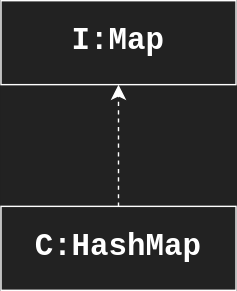
Before: drawio/MapInterface.svg, a diagram exported from draw.io (Stolorzs/Picgo). Source tidied: cells renumbered, new cells last; positions are measured from the earlier drawing's top-left corner, leaving out a move shared by most shapes.
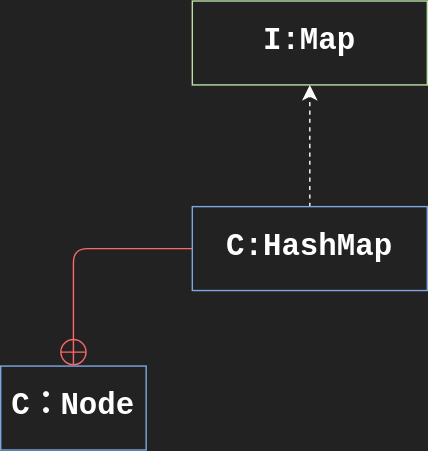
Later version of the same file.

Change to the diagram source:
```diff
@@ -5,11 +5,17 @@
     <mxCell id="2" style="edgeStyle=none;curved=1;rounded=0;jettySize=auto;html=1;fontSize=12;startSize=8;endSize=8;strokeColor=#FFFFFF;dashed=1;" parent="1" edge="1" source="3" target="4">
       <mxGeometry relative="1" as="geometry" />
     </mxCell>
+    <mxCell id="5" style="edgeStyle=orthogonalEdgeStyle;rounded=1;jettySize=auto;html=1;fontSize=12;startSize=8;endSize=8;strokeColor=#FF6666;endArrow=circlePlus;endFill=0;" parent="1" edge="1" source="3" target="6">
+      <mxGeometry relative="1" as="geometry" />
+    </mxCell>
-    <mxCell id="3" value="&lt;font color=&quot;#ffffff&quot; style=&quot;font-size: 22px;&quot; face=&quot;Courier New&quot;&gt;&lt;b&gt;C:HashMap&lt;/b&gt;&lt;/font&gt;" style="whiteSpace=wrap;html=1;fillColor=none;strokeColor=#FFFFFF;" parent="1" vertex="1">
+    <mxCell id="3" value="&lt;font color=&quot;#ffffff&quot; style=&quot;font-size: 22px;&quot; face=&quot;Courier New&quot;&gt;&lt;b&gt;C:HashMap&lt;/b&gt;&lt;/font&gt;" style="whiteSpace=wrap;html=1;fillColor=none;strokeColor=#7EA6E0;" parent="1" vertex="1">
       <mxGeometry y="147" width="168" height="60" as="geometry" />
     </mxCell>
-    <mxCell id="4" value="&lt;font color=&quot;#ffffff&quot; style=&quot;font-size: 22px;&quot; face=&quot;Courier New&quot;&gt;&lt;b&gt;I:Map&lt;/b&gt;&lt;/font&gt;" style="whiteSpace=wrap;html=1;fillColor=none;strokeColor=#FFFFFF;" parent="1" vertex="1">
+    <mxCell id="4" value="&lt;font color=&quot;#ffffff&quot; style=&quot;font-size: 22px;&quot; face=&quot;Courier New&quot;&gt;&lt;b&gt;I:Map&lt;/b&gt;&lt;/font&gt;" style="whiteSpace=wrap;html=1;fillColor=none;strokeColor=#B9E0A5;" parent="1" vertex="1">
       <mxGeometry width="168" height="60" as="geometry" />
     </mxCell>
+    <mxCell id="6" value="&lt;font face=&quot;Courier New&quot; color=&quot;#ffffff&quot;&gt;&lt;span style=&quot;caret-color: rgb(255, 255, 255); font-size: 22px;&quot;&gt;&lt;b&gt;C：Node&lt;/b&gt;&lt;/span&gt;&lt;/font&gt;" style="whiteSpace=wrap;html=1;fillColor=none;strokeColor=#7EA6E0;" parent="1" vertex="1">
+      <mxGeometry x="-137" y="261" width="104" height="60" as="geometry" />
+    </mxCell>
   </root>
 </mxGraphModel>
```
